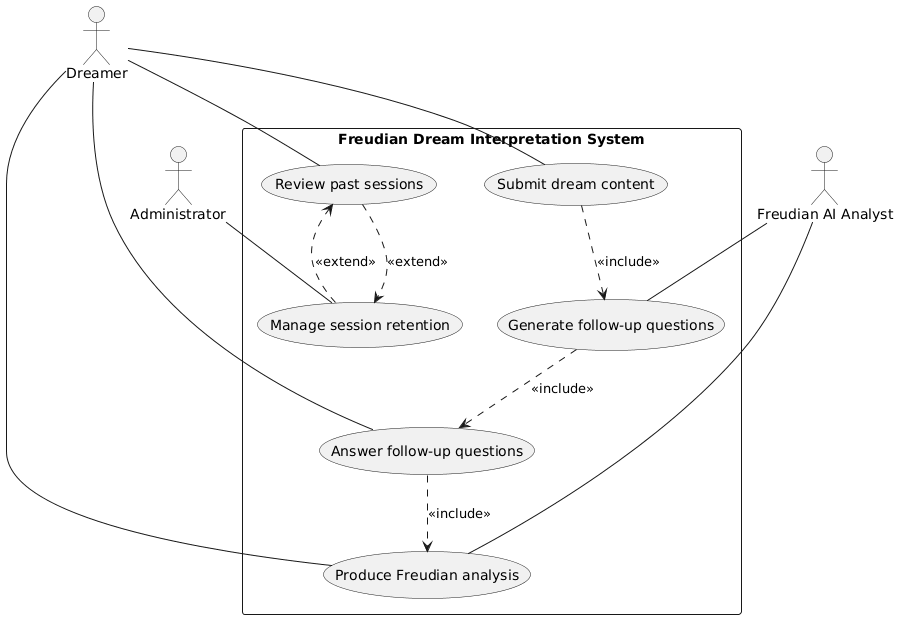
The PlantUML diagram artifacts/artifacts/diagrams/use_case_diagram.png in wenda-qi24/dts114CW, before a commit.
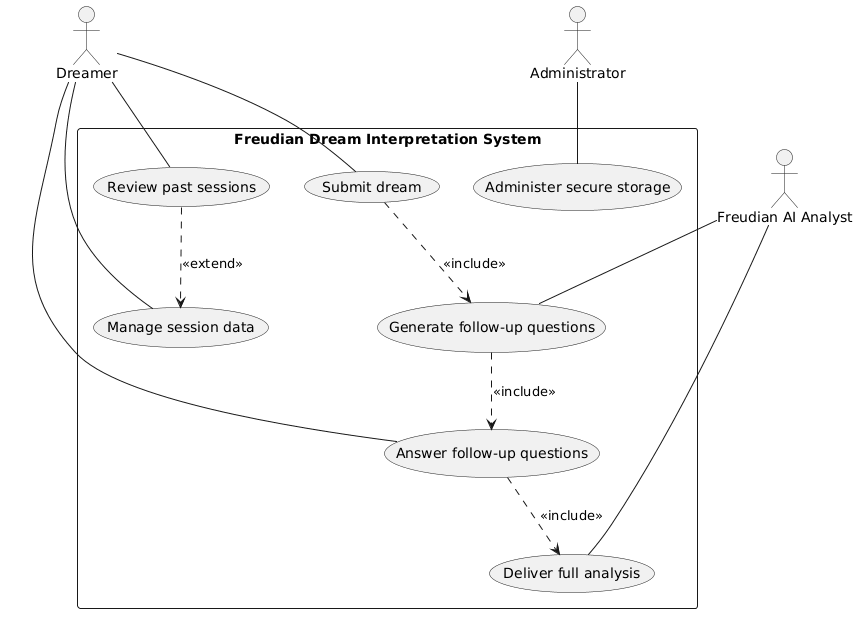
The same file after the commit.

Change to the diagram source:
```diff
@@ -4,28 +4,28 @@
 actor Administrator
 
 rectangle "Freudian Dream Interpretation System" {
-  usecase "Submit dream content" as SubmitDream
+  usecase "Submit dream" as SubmitDream
   usecase "Generate follow-up questions" as GenerateQuestions
   usecase "Answer follow-up questions" as AnswerQuestions
-  usecase "Produce Freudian analysis" as ProduceAnalysis
+  usecase "Deliver full analysis" as DeliverAnalysis
   usecase "Review past sessions" as ReviewSessions
-  usecase "Manage session retention" as ManageRetention
+  usecase "Manage session data" as ManageData
+  usecase "Administer secure storage" as AdminStorage
 }
 
 Dreamer -- SubmitDream
 Dreamer -- AnswerQuestions
-Dreamer -- ProduceAnalysis
 Dreamer -- ReviewSessions
+Dreamer -- ManageData
 
 FreudianAIAnalyst -- GenerateQuestions
-FreudianAIAnalyst -- ProduceAnalysis
+FreudianAIAnalyst -- DeliverAnalysis
 
-Administrator -- ManageRetention
+Administrator -- AdminStorage
 
 SubmitDream ..> GenerateQuestions : <<include>>
 GenerateQuestions ..> AnswerQuestions : <<include>>
-AnswerQuestions ..> ProduceAnalysis : <<include>>
+AnswerQuestions ..> DeliverAnalysis : <<include>>
 
-ReviewSessions ..> ManageRetention : <<extend>>
-ManageRetention ..> ReviewSessions : <<extend>>
+ReviewSessions ..> ManageData : <<extend>>
 @enduml
```
